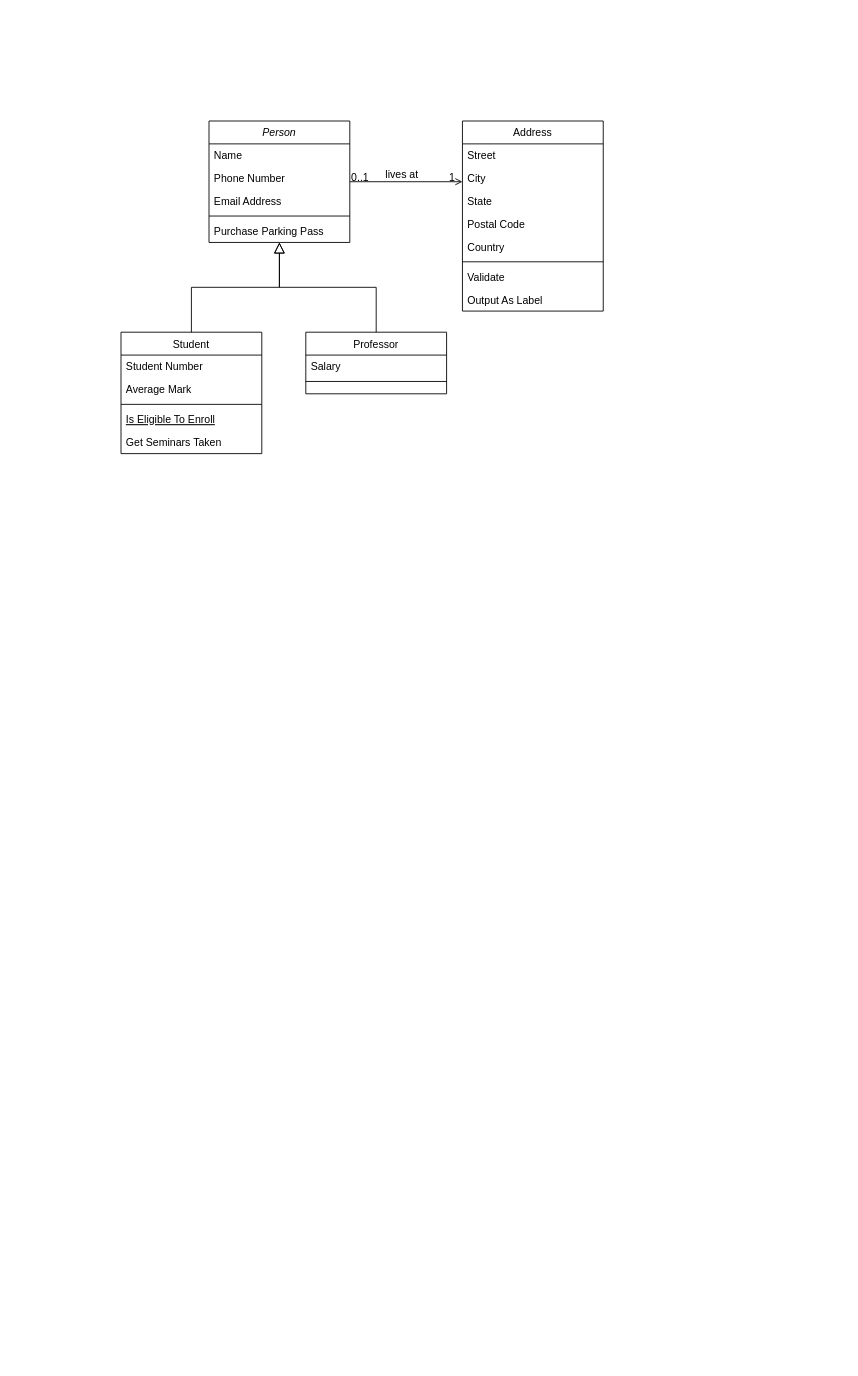
Earlier version of the draw.io diagram test.drawio (agge3/comp_arch). Source tidied: cells renumbered, new cells numbered last; positions are measured from the earlier drawing's top-left corner, leaving out a move shared by most shapes. Both pictures are drawn from the tidied source at 88%, with x=0, y=0 at pixel (121, 121).
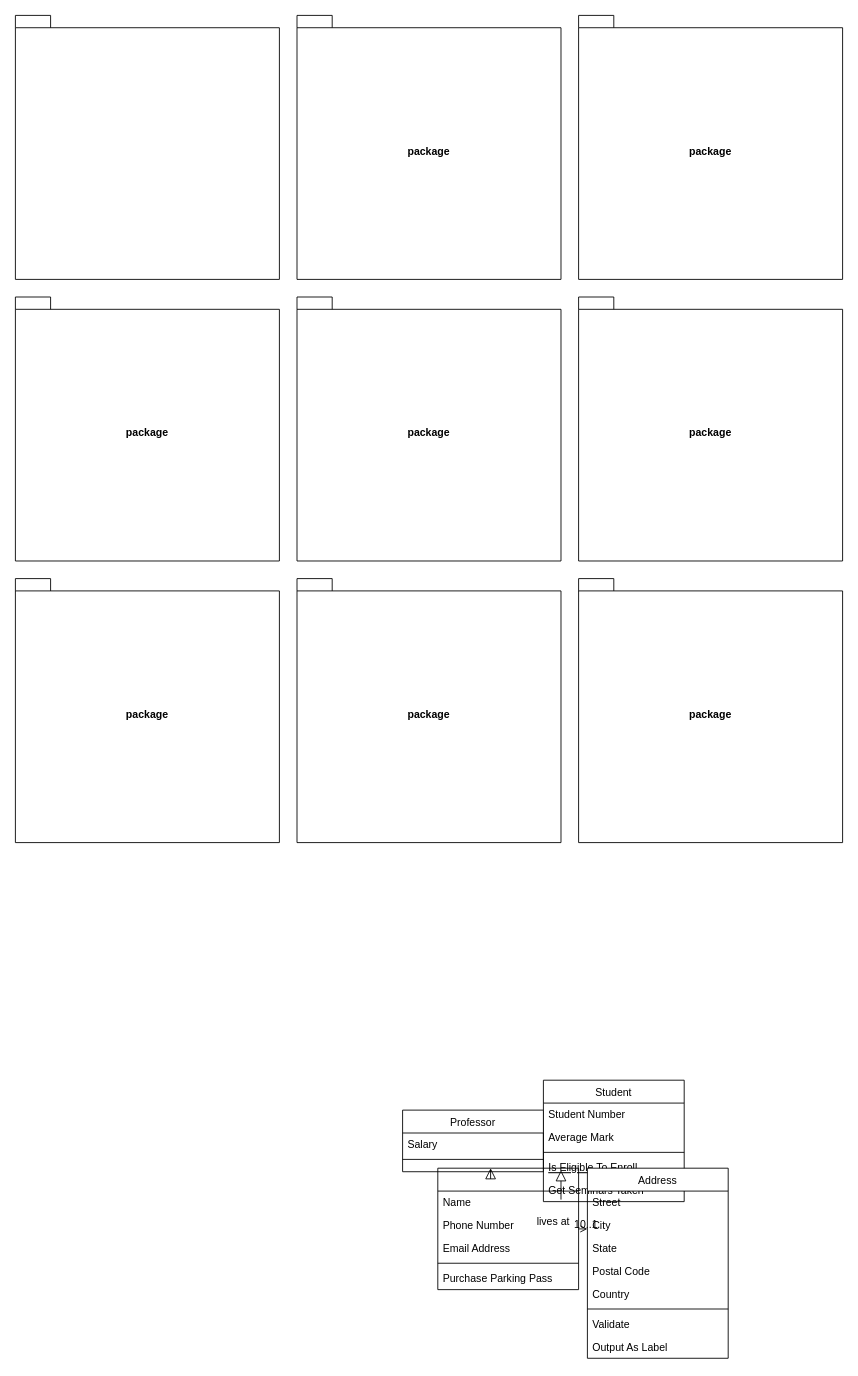
The same page after the edit.

What changed in the source:
```diff
@@
-    <mxCell id="2" value="Person" style="swimlane;fontStyle=2;align=center;verticalAlign=top;horizontal=1;startSize=26;rounded=0;shadow=0;strokeWidth=1;" parent="1" vertex="1">
-      <mxGeometry x="100" width="160" height="138" as="geometry" />
+    <mxCell id="2" style="swimlane;fontStyle=2;align=center;verticalAlign=top;horizontal=1;startSize=26;rounded=0;shadow=0;strokeWidth=1;" parent="1" vertex="1">
+      <mxGeometry x="360" y="1190" width="160" height="138" as="geometry" />
     </mxCell>
@@
     <mxCell id="8" value="Student" style="swimlane;fontStyle=0;align=center;verticalAlign=top;horizontal=1;startSize=26;rounded=0;shadow=0;strokeWidth=1;" parent="1" vertex="1">
-      <mxGeometry y="240" width="160" height="138" as="geometry" />
+      <mxGeometry x="480" y="1090" width="160" height="138" as="geometry" />
     </mxCell>
@@
     <mxCell id="15" value="Professor" style="swimlane;fontStyle=0;align=center;verticalAlign=top;horizontal=1;startSize=26;rounded=0;shadow=0;strokeWidth=1;" parent="1" vertex="1">
-      <mxGeometry x="210" y="240" width="160" height="70" as="geometry" />
+      <mxGeometry x="320" y="1124" width="160" height="70" as="geometry" />
     </mxCell>
@@
     <mxCell id="19" value="Address" style="swimlane;fontStyle=0;align=center;verticalAlign=top;horizontal=1;startSize=26;rounded=0;shadow=0;strokeWidth=1;" parent="1" vertex="1">
-      <mxGeometry x="388" width="160" height="216" as="geometry" />
+      <mxGeometry x="530" y="1190" width="160" height="216" as="geometry" />
     </mxCell>
@@
+    <mxCell id="32" value="package" style="shape=folder;fontStyle=1;spacingTop=10;tabWidth=40;tabHeight=14;tabPosition=left;html=1;whiteSpace=wrap;" parent="1" vertex="1">
+      <mxGeometry x="520" y="200" width="300" height="300" as="geometry" />
+    </mxCell>
+    <mxCell id="33" value="package" style="shape=folder;fontStyle=1;spacingTop=10;tabWidth=40;tabHeight=14;tabPosition=left;html=1;whiteSpace=wrap;" parent="1" vertex="1">
+      <mxGeometry x="-120" y="200" width="300" height="300" as="geometry" />
+    </mxCell>
+    <mxCell id="34" value="package" style="shape=folder;fontStyle=1;spacingTop=10;tabWidth=40;tabHeight=14;tabPosition=left;html=1;whiteSpace=wrap;" parent="1" vertex="1">
+      <mxGeometry x="200" y="200" width="300" height="300" as="geometry" />
+    </mxCell>
+    <mxCell id="35" value="package" style="shape=folder;fontStyle=1;spacingTop=10;tabWidth=40;tabHeight=14;tabPosition=left;html=1;whiteSpace=wrap;" parent="1" vertex="1">
+      <mxGeometry x="200" y="-120" width="300" height="300" as="geometry" />
+    </mxCell>
+    <mxCell id="36" style="shape=folder;fontStyle=1;spacingTop=10;tabWidth=40;tabHeight=14;tabPosition=left;html=1;whiteSpace=wrap;" parent="1" vertex="1">
+      <mxGeometry x="-120" y="-120" width="300" height="300" as="geometry" />
+    </mxCell>
+    <mxCell id="37" value="package" style="shape=folder;fontStyle=1;spacingTop=10;tabWidth=40;tabHeight=14;tabPosition=left;html=1;whiteSpace=wrap;" parent="1" vertex="1">
+      <mxGeometry x="520" y="-120" width="300" height="300" as="geometry" />
+    </mxCell>
+    <mxCell id="38" value="package" style="shape=folder;fontStyle=1;spacingTop=10;tabWidth=40;tabHeight=14;tabPosition=left;html=1;whiteSpace=wrap;" parent="1" vertex="1">
+      <mxGeometry x="-120" y="520" width="300" height="300" as="geometry" />
+    </mxCell>
+    <mxCell id="39" value="package" style="shape=folder;fontStyle=1;spacingTop=10;tabWidth=40;tabHeight=14;tabPosition=left;html=1;whiteSpace=wrap;" parent="1" vertex="1">
+      <mxGeometry x="200" y="520" width="300" height="300" as="geometry" />
+    </mxCell>
+    <mxCell id="40" value="package" style="shape=folder;fontStyle=1;spacingTop=10;tabWidth=40;tabHeight=14;tabPosition=left;html=1;whiteSpace=wrap;" parent="1" vertex="1">
+      <mxGeometry x="520" y="520" width="300" height="300" as="geometry" />
+    </mxCell>
```
